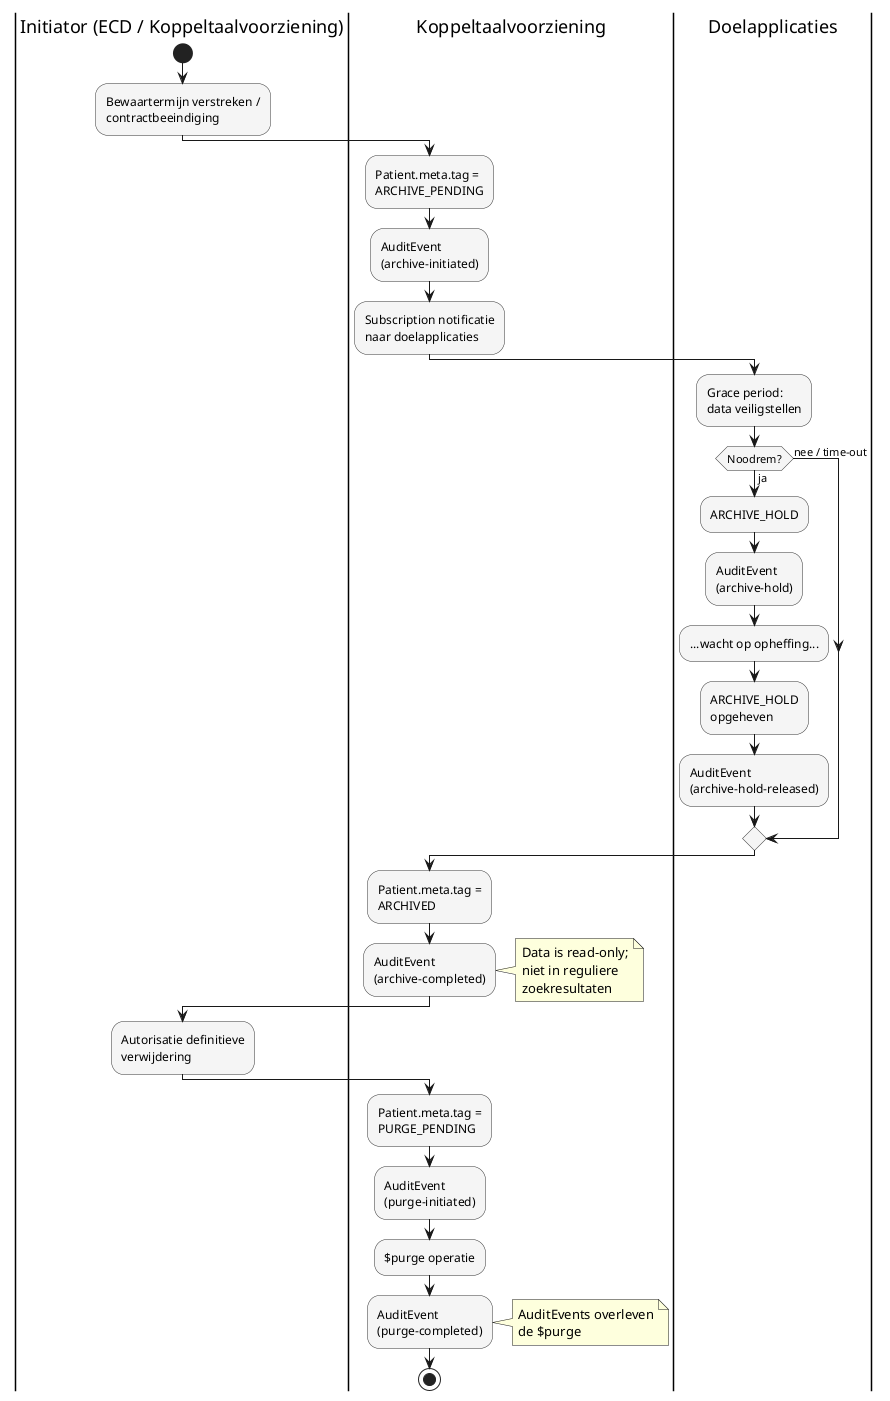
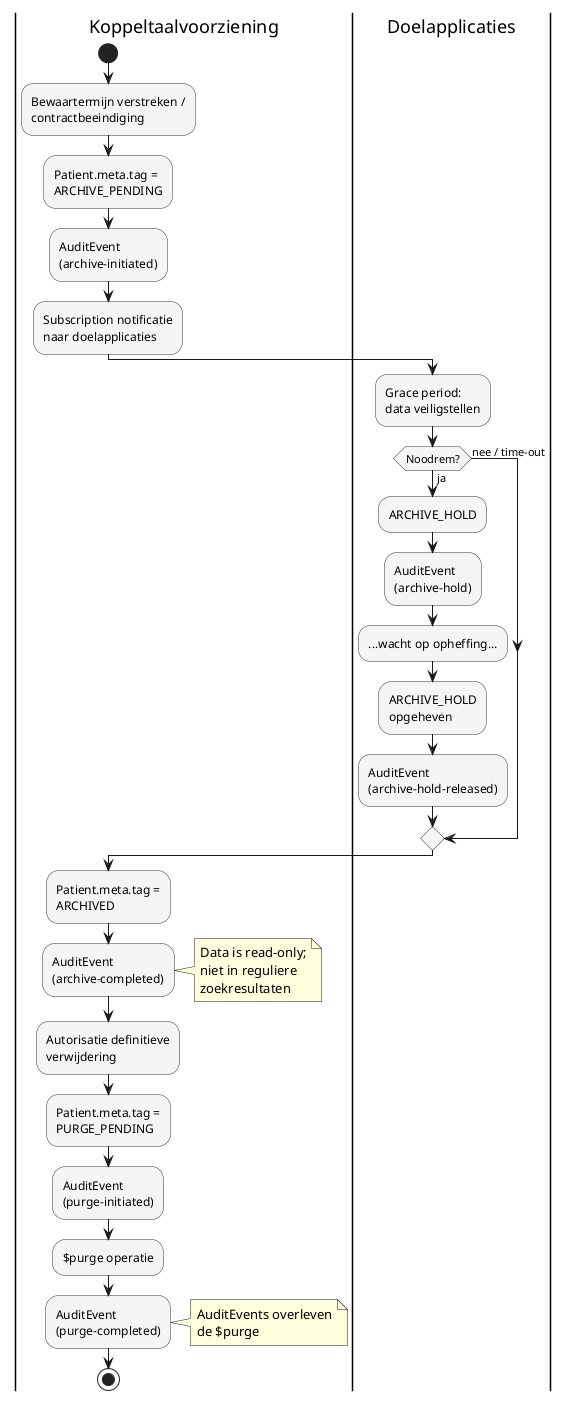
@startuml archivering-overzicht

skinparam activity {
  BackgroundColor #f5f5f5
  BorderColor #333333
}

- |Initiator (ECD / Koppeltaalvoorziening)|
+ |Koppeltaalvoorziening|
start
:Bewaartermijn verstreken /\ncontractbeeindiging;

|Koppeltaalvoorziening|
:Patient.meta.tag =\nARCHIVE_PENDING;
:AuditEvent\n(archive-initiated);
:Subscription notificatie\nnaar doelapplicaties;

|Doelapplicaties|
:Grace period:\ndata veiligstellen;

if (Noodrem?) then (ja)
  :ARCHIVE_HOLD;
  :AuditEvent\n(archive-hold);
  :...wacht op opheffing...;
  :ARCHIVE_HOLD\nopgeheven;
  :AuditEvent\n(archive-hold-released);
else (nee / time-out)
endif

|Koppeltaalvoorziening|
:Patient.meta.tag =\nARCHIVED;
:AuditEvent\n(archive-completed);
note right
  Data is read-only;
  niet in reguliere
  zoekresultaten
end note

- |Initiator (ECD / Koppeltaalvoorziening)|
+ |Koppeltaalvoorziening|
:Autorisatie definitieve\nverwijdering;

|Koppeltaalvoorziening|
:Patient.meta.tag =\nPURGE_PENDING;
:AuditEvent\n(purge-initiated);

:$purge operatie;
:AuditEvent\n(purge-completed);
note right
  AuditEvents overleven
  de $purge
end note

stop

@enduml
